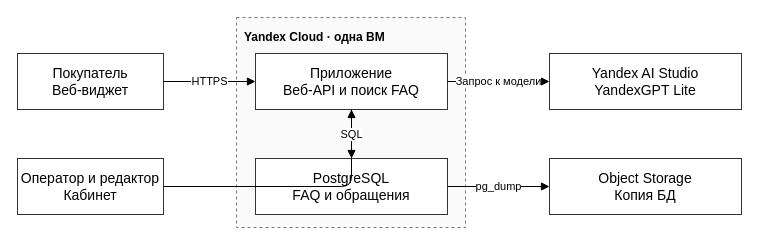
This is page "Прототип" (1 of 4) of lab4/diagrams/faq-ai.drawio from Roman-Elchiyan/2026_2027-cloud-platforms-as-the-basis-of-technology-entrepreneurship-u4225-Elchiyan_R_R, a draw.io file, before an edit. Source tidied: cells renumbered, new cells numbered last; positions are measured from the earlier drawing's top-left corner, leaving out a move shared by most shapes. Both pictures are drawn from the tidied source at 100%, with x=0, y=0 at pixel (17, 17).
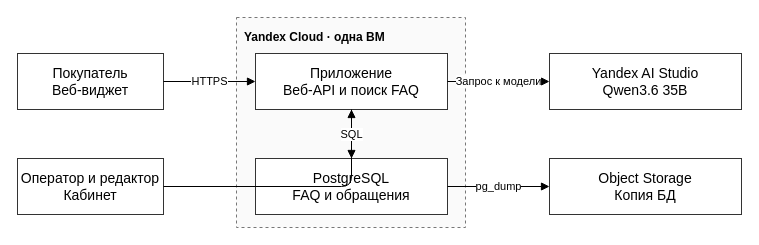
Above is the later version.

Change to the diagram source:
```diff
@@
 <mxGraphModel>
   <root>
     <mxCell id="0" />
     <mxCell id="1" parent="0" />
     <mxCell id="2" value="Yandex Cloud · одна ВМ" style="dashed=1;fillColor=#fafafa;strokeColor=#777777;verticalAlign=top;align=left;spacing=8;fontStyle=1;" parent="1" vertex="1">
       <mxGeometry x="219" width="229" height="210" as="geometry" />
     </mxCell>
     <mxCell id="3" value="Приложение&lt;br&gt;Веб-API и поиск FAQ" style="whiteSpace=wrap;html=1;fillColor=#ffffff;strokeColor=#333333;fontSize=14;" parent="1" vertex="1">
       <mxGeometry x="238" y="36" width="192" height="56" as="geometry" />
     </mxCell>
     <mxCell id="4" value="PostgreSQL&lt;br&gt;FAQ и обращения" style="whiteSpace=wrap;html=1;fillColor=#ffffff;strokeColor=#333333;fontSize=14;" parent="1" vertex="1">
       <mxGeometry x="238" y="141" width="192" height="56" as="geometry" />
     </mxCell>
     <mxCell id="5" value="Покупатель&lt;br&gt;Веб-виджет" style="whiteSpace=wrap;html=1;fillColor=#ffffff;strokeColor=#333333;fontSize=14;" parent="1" vertex="1">
       <mxGeometry y="36" width="146" height="56" as="geometry" />
     </mxCell>
     <mxCell id="6" value="Оператор и редактор&lt;br&gt;Кабинет" style="whiteSpace=wrap;html=1;fillColor=#ffffff;strokeColor=#333333;fontSize=14;" parent="1" vertex="1">
       <mxGeometry y="141" width="146" height="56" as="geometry" />
     </mxCell>
     <mxCell id="7" value="Object Storage&lt;br&gt;Копия БД" style="whiteSpace=wrap;html=1;fillColor=#ffffff;strokeColor=#333333;fontSize=14;" parent="1" vertex="1">
       <mxGeometry x="532" y="141" width="192" height="56" as="geometry" />
     </mxCell>
-    <mxCell id="8" value="Yandex AI Studio&lt;br&gt;YandexGPT Lite" style="whiteSpace=wrap;html=1;fillColor=#ffffff;strokeColor=#333333;fontSize=14;" parent="1" vertex="1">
+    <mxCell id="8" value="Yandex AI Studio&lt;br&gt;Qwen3.6 35B" style="whiteSpace=wrap;html=1;fillColor=#ffffff;strokeColor=#333333;fontSize=14;" parent="1" vertex="1">
       <mxGeometry x="532" y="36" width="192" height="56" as="geometry" />
     </mxCell>
     <mxCell id="9" value="HTTPS" style="edgeStyle=orthogonalEdgeStyle;endArrow=block;html=1;" parent="1" edge="1" source="5" target="3">
       <mxGeometry relative="1" as="geometry" />
     </mxCell>
     <mxCell id="10" style="edgeStyle=orthogonalEdgeStyle;endArrow=block;html=1;" parent="1" edge="1" source="6" target="3">
       <mxGeometry relative="1" as="geometry" />
     </mxCell>
     <mxCell id="11" value="SQL" style="edgeStyle=orthogonalEdgeStyle;endArrow=block;html=1;" parent="1" edge="1" source="3" target="4">
       <mxGeometry relative="1" as="geometry" />
     </mxCell>
     <mxCell id="12" value="pg_dump" style="edgeStyle=orthogonalEdgeStyle;endArrow=block;html=1;" parent="1" edge="1" source="4" target="7">
       <mxGeometry relative="1" as="geometry" />
     </mxCell>
     <mxCell id="13" value="Запрос к модели" style="edgeStyle=orthogonalEdgeStyle;endArrow=block;html=1;" parent="1" edge="1" source="3" target="8">
       <mxGeometry relative="1" as="geometry" />
     </mxCell>
   </root>
 </mxGraphModel>
```
